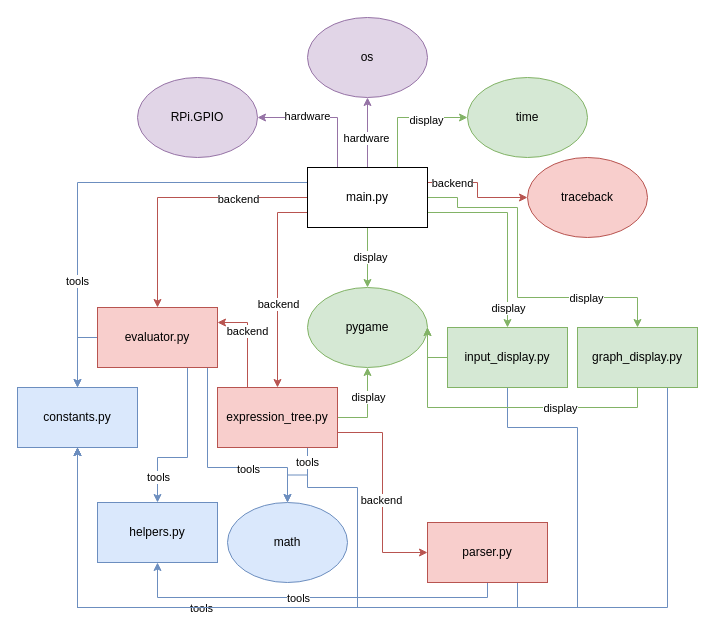
This is documents/Design/Module overview.drawio from LayanJethwa/graphical-calculator, a draw.io file, before an edit. Source tidied: cells renumbered, new cells numbered last; positions are measured from the earlier drawing's top-left corner, leaving out a move shared by most shapes. Both pictures are drawn from the tidied source at 100%, with x=0, y=0 at pixel (17, 17).
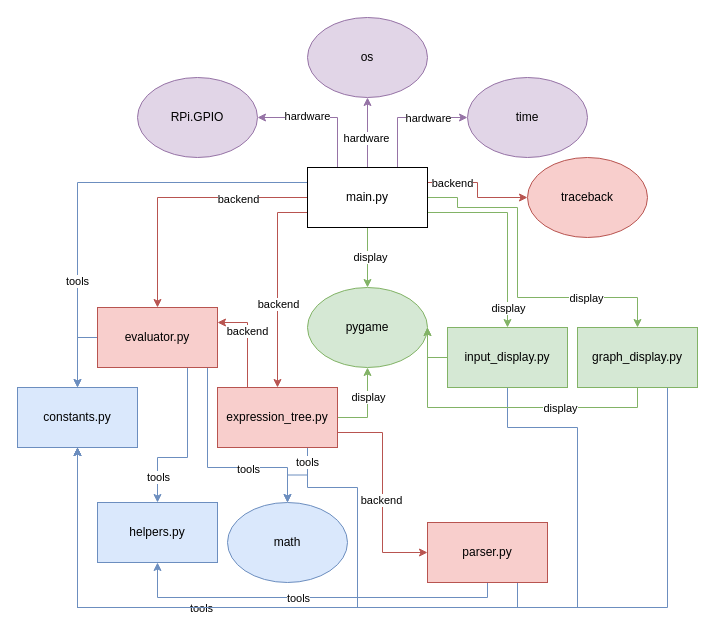
The same page after the edit.

Unchanged cells that the change refers to:
```xml
<mxCell id="22" value="main.py" style="rounded=0;whiteSpace=wrap;html=1;" parent="1" vertex="1">
  <mxGeometry x="290" y="150" width="120" height="60" as="geometry" />
</mxCell>
```

Diff of the diagram source:
```diff
@@
-    <mxCell id="8" style="edgeStyle=orthogonalEdgeStyle;rounded=0;jettySize=auto;html=1;exitX=0.75;exitY=0;exitDx=0;exitDy=0;entryX=0;entryY=0.5;entryDx=0;entryDy=0;fillColor=#d5e8d4;strokeColor=#82b366;" parent="1" edge="1" source="22" target="25">
+    <mxCell id="8" style="edgeStyle=orthogonalEdgeStyle;rounded=0;jettySize=auto;html=1;exitX=0.75;exitY=0;exitDx=0;exitDy=0;entryX=0;entryY=0.5;entryDx=0;entryDy=0;fillColor=#e1d5e7;strokeColor=#9673a6;" parent="1" edge="1" source="22" target="25">
       <mxGeometry relative="1" as="geometry" />
     </mxCell>
-    <mxCell id="9" value="display" style="edgeLabel;html=1;align=center;verticalAlign=middle;" parent="8" vertex="1">
-      <mxGeometry x="0.3" y="-2" relative="1" as="geometry" />
-    </mxCell>
+    <mxCell id="59" value="hardware" style="edgeLabel;html=1;align=center;verticalAlign=middle;" parent="8" vertex="1">
+      <mxGeometry x="0.27" y="-3" relative="1" as="geometry">
+        <mxPoint x="4" y="-3" as="offset" />
+      </mxGeometry>
+    </mxCell>
@@
-    <mxCell id="25" value="time" style="ellipse;whiteSpace=wrap;html=1;fillColor=#d5e8d4;strokeColor=#82b366;" parent="1" vertex="1">
+    <mxCell id="25" value="time" style="ellipse;whiteSpace=wrap;html=1;fillColor=#e1d5e7;strokeColor=#9673a6;" parent="1" vertex="1">
       <mxGeometry x="450" y="60" width="120" height="80" as="geometry" />
     </mxCell>
```
